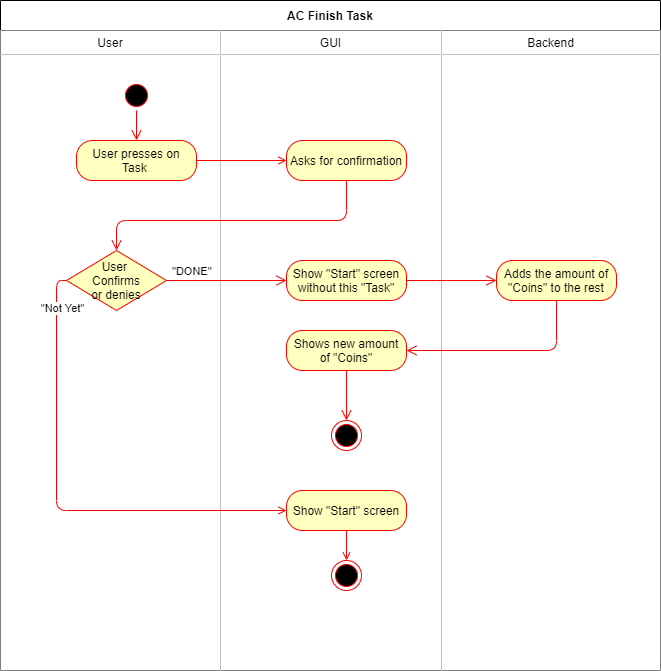
The draw.io diagram UseCases/PNGs/AC_Finish_Task.png in david2628/Work2Play, before a commit. Source tidied: cells renumbered, new cells last; positions are measured from the earlier drawing's top-left corner, leaving out a move shared by most shapes.
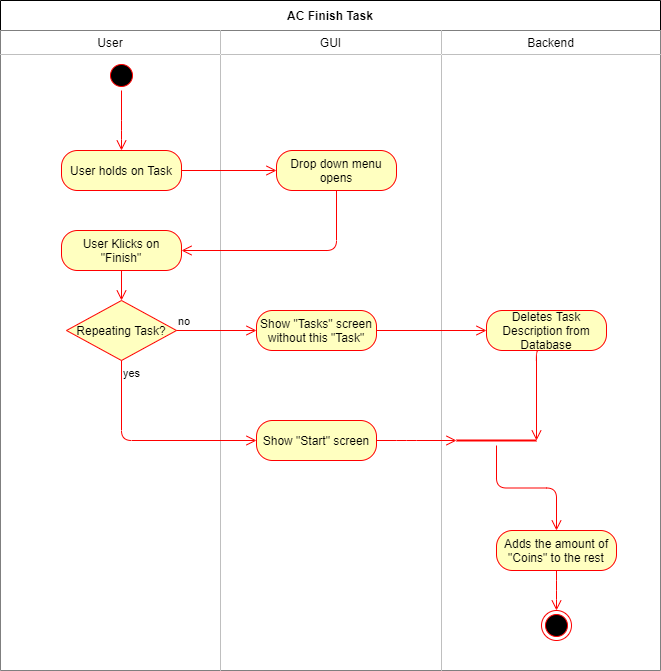
Above is the later version.

Diff of the diagram source:
```diff
@@ -30,100 +30,110 @@
       <mxGeometry x="441" width="219" height="616" as="geometry" />
     </mxCell>
     <mxCell id="11" style="ellipse;html=1;shape=startState;fillColor=#000000;strokeColor=#ff0000;" parent="1" vertex="1">
-      <mxGeometry x="121" y="80" width="30" height="30" as="geometry" />
+      <mxGeometry x="106" y="60" width="30" height="30" as="geometry" />
     </mxCell>
-    <mxCell id="12" style="edgeStyle=orthogonalEdgeStyle;html=1;verticalAlign=bottom;endArrow=open;endSize=8;strokeColor=#ff0000;" parent="1" edge="1" source="11">
-      <mxGeometry relative="1" as="geometry">
-        <mxPoint x="136" y="140" as="targetPoint" />
-      </mxGeometry>
-    </mxCell>
     <mxCell id="13" style="edgeStyle=orthogonalEdgeStyle;rounded=0;orthogonalLoop=1;jettySize=auto;html=1;exitX=0.5;exitY=1;exitDx=0;exitDy=0;" parent="1" edge="1">
       <mxGeometry relative="1" as="geometry">
         <mxPoint x="131" y="150" as="sourcePoint" />
         <mxPoint x="131" y="150" as="targetPoint" />
       </mxGeometry>
     </mxCell>
-    <mxCell id="14" style="edgeStyle=orthogonalEdgeStyle;rounded=0;jettySize=auto;html=1;fillColor=#f8cecc;endArrow=open;endFill=0;strokeColor=#FF0000;" parent="1" edge="1" source="15">
-      <mxGeometry relative="1" as="geometry">
-        <mxPoint x="286" y="160" as="targetPoint" />
-      </mxGeometry>
-    </mxCell>
-    <mxCell id="15" value="User presses on Task&amp;nbsp;" style="rounded=1;whiteSpace=wrap;html=1;arcSize=40;fontColor=#000000;fillColor=#ffffc0;strokeColor=#ff0000;" parent="1" vertex="1">
-      <mxGeometry x="76" y="140" width="120" height="40" as="geometry" />
-    </mxCell>
-    <mxCell id="16" value="Asks for confirmation" style="rounded=1;whiteSpace=wrap;html=1;arcSize=40;fontColor=#000000;fillColor=#ffffc0;strokeColor=#ff0000;" parent="1" vertex="1">
-      <mxGeometry x="286" y="140" width="120" height="40" as="geometry" />
-    </mxCell>
-    <mxCell id="17" style="edgeStyle=orthogonalEdgeStyle;html=1;verticalAlign=bottom;endArrow=open;endSize=8;strokeColor=#ff0000;exitX=0.5;exitY=1;exitDx=0;exitDy=0;" parent="1" edge="1" source="16" target="20">
-      <mxGeometry relative="1" as="geometry">
-        <Array as="points">
-          <mxPoint x="346" y="220" />
-          <mxPoint x="116" y="220" />
-        </Array>
-      </mxGeometry>
-    </mxCell>
-    <mxCell id="18" style="edgeStyle=orthogonalEdgeStyle;jettySize=auto;html=1;exitX=0;exitY=0.5;exitDx=0;exitDy=0;entryX=0;entryY=0.5;entryDx=0;entryDy=0;rounded=1;strokeColor=#FF0000;endArrow=open;endFill=0;" parent="1" edge="1" source="20" target="24">
-      <mxGeometry relative="1" as="geometry">
-        <Array as="points">
-          <mxPoint x="56" y="280" />
-          <mxPoint x="56" y="510" />
-        </Array>
-      </mxGeometry>
-    </mxCell>
-    <mxCell id="19" value="&quot;Not Yet&quot;" style="edgeLabel;html=1;align=center;verticalAlign=middle;" parent="18" vertex="1">
-      <mxGeometry x="-0.96" y="-4" relative="1" as="geometry">
-        <mxPoint x="4" y="31" as="offset" />
-      </mxGeometry>
-    </mxCell>
-    <mxCell id="20" value="User &lt;br&gt;Confirms&lt;br&gt;or denies" style="rhombus;whiteSpace=wrap;html=1;fillColor=#ffffc0;strokeColor=#ff0000;" parent="1" vertex="1">
-      <mxGeometry x="66" y="250" width="100" height="60" as="geometry" />
-    </mxCell>
-    <mxCell id="21" value="&quot;DONE&quot;" style="edgeStyle=orthogonalEdgeStyle;html=1;align=left;verticalAlign=bottom;endArrow=open;endSize=8;strokeColor=#ff0000;entryX=0;entryY=0.5;entryDx=0;entryDy=0;" parent="1" edge="1" source="20" target="22">
-      <mxGeometry x="-0.94" relative="1" as="geometry" />
-    </mxCell>
-    <mxCell id="22" value="Show &quot;Start&quot; screen without this &quot;Task&quot;" style="rounded=1;whiteSpace=wrap;html=1;arcSize=40;fontColor=#000000;fillColor=#ffffc0;strokeColor=#ff0000;" parent="1" vertex="1">
-      <mxGeometry x="286" y="260" width="120" height="40" as="geometry" />
+    <mxCell id="22" value="Show &quot;Tasks&quot; screen without this &quot;Task&quot;" style="rounded=1;whiteSpace=wrap;html=1;arcSize=40;fontColor=#000000;fillColor=#ffffc0;strokeColor=#ff0000;" parent="1" vertex="1">
+      <mxGeometry x="256" y="310" width="120" height="40" as="geometry" />
     </mxCell>
-    <mxCell id="23" style="edgeStyle=orthogonalEdgeStyle;rounded=0;jettySize=auto;html=1;exitX=0.5;exitY=1;exitDx=0;exitDy=0;entryX=0.5;entryY=0;entryDx=0;entryDy=0;strokeColor=#FF0000;endArrow=open;endFill=0;" parent="1" edge="1" source="24" target="25">
-      <mxGeometry relative="1" as="geometry" />
-    </mxCell>
     <mxCell id="24" value="Show &quot;Start&quot; screen" style="rounded=1;whiteSpace=wrap;html=1;arcSize=40;fontColor=#000000;fillColor=#ffffc0;strokeColor=#ff0000;" parent="1" vertex="1">
-      <mxGeometry x="286" y="490" width="120" height="40" as="geometry" />
+      <mxGeometry x="256" y="420" width="120" height="40" as="geometry" />
     </mxCell>
     <mxCell id="25" style="ellipse;html=1;shape=endState;fillColor=#000000;strokeColor=#ff0000;" parent="1" vertex="1">
-      <mxGeometry x="331" y="560" width="30" height="30" as="geometry" />
+      <mxGeometry x="541" y="610" width="30" height="30" as="geometry" />
     </mxCell>
     <mxCell id="26" style="edgeStyle=orthogonalEdgeStyle;rounded=0;orthogonalLoop=1;jettySize=auto;html=1;exitX=0.5;exitY=1;exitDx=0;exitDy=0;" parent="1" edge="1" source="25" target="25">
       <mxGeometry relative="1" as="geometry" />
     </mxCell>
     <mxCell id="27" value="Adds the amount of &quot;Coins&quot; to the rest" style="rounded=1;whiteSpace=wrap;html=1;arcSize=40;fontColor=#000000;fillColor=#ffffc0;strokeColor=#ff0000;" parent="1" vertex="1">
-      <mxGeometry x="496" y="260" width="120" height="40" as="geometry" />
+      <mxGeometry x="496" y="530" width="120" height="40" as="geometry" />
     </mxCell>
-    <mxCell id="28" style="edgeStyle=orthogonalEdgeStyle;html=1;verticalAlign=bottom;endArrow=open;endSize=8;strokeColor=#ff0000;entryX=1;entryY=0.5;entryDx=0;entryDy=0;" parent="1" edge="1" source="27" target="30">
+    <mxCell id="28" style="edgeStyle=orthogonalEdgeStyle;html=1;verticalAlign=bottom;endArrow=open;endSize=8;strokeColor=#ff0000;entryX=0.5;entryY=0;entryDx=0;entryDy=0;" parent="1" edge="1" source="27" target="25">
       <mxGeometry relative="1" as="geometry">
         <Array as="points">
-          <mxPoint x="556" y="350" />
+          <mxPoint x="556" y="590" />
         </Array>
       </mxGeometry>
     </mxCell>
-    <mxCell id="29" style="edgeStyle=orthogonalEdgeStyle;html=1;align=left;verticalAlign=bottom;endArrow=open;endSize=8;strokeColor=#ff0000;entryX=0;entryY=0.5;entryDx=0;entryDy=0;exitX=1;exitY=0.5;exitDx=0;exitDy=0;" parent="1" edge="1" source="22" target="27">
-      <mxGeometry x="-0.94" relative="1" as="geometry">
-        <Array as="points">
-          <mxPoint x="436" y="280" />
-          <mxPoint x="436" y="280" />
-        </Array>
-      </mxGeometry>
+    <mxCell id="29" style="edgeStyle=orthogonalEdgeStyle;html=1;align=left;verticalAlign=bottom;endArrow=open;endSize=8;strokeColor=#ff0000;exitX=1;exitY=0.5;exitDx=0;exitDy=0;" parent="1" edge="1" source="22" target="43">
+      <mxGeometry x="-0.94" relative="1" as="geometry" />
     </mxCell>
-    <mxCell id="30" value="Shows new amount of &quot;Coins&quot;" style="rounded=1;whiteSpace=wrap;html=1;arcSize=40;fontColor=#000000;fillColor=#ffffc0;strokeColor=#ff0000;" parent="1" vertex="1">
-      <mxGeometry x="286" y="330" width="120" height="40" as="geometry" />
-    </mxCell>
-    <mxCell id="31" style="edgeStyle=orthogonalEdgeStyle;html=1;verticalAlign=bottom;endArrow=open;endSize=8;strokeColor=#ff0000;" parent="1" edge="1" source="30">
-      <mxGeometry relative="1" as="geometry">
-        <mxPoint x="346" y="420" as="targetPoint" />
-      </mxGeometry>
-    </mxCell>
-    <mxCell id="32" style="ellipse;html=1;shape=endState;fillColor=#000000;strokeColor=#ff0000;" parent="1" vertex="1">
-      <mxGeometry x="331" y="420" width="30" height="30" as="geometry" />
-    </mxCell>
+    <mxCell id="33" value="User holds on Task" style="rounded=1;whiteSpace=wrap;html=1;arcSize=40;fontColor=#000000;fillColor=#ffffc0;strokeColor=#ff0000;" parent="1" vertex="1">
+      <mxGeometry x="61" y="150" width="120" height="40" as="geometry" />
+    </mxCell>
+    <mxCell id="34" style="edgeStyle=orthogonalEdgeStyle;html=1;verticalAlign=bottom;endArrow=open;endSize=8;strokeColor=#ff0000;exitX=1;exitY=0.5;exitDx=0;exitDy=0;entryX=0;entryY=0.5;entryDx=0;entryDy=0;" parent="1" edge="1" source="33" target="36">
+      <mxGeometry relative="1" as="geometry" />
+    </mxCell>
+    <mxCell id="35" style="edgeStyle=orthogonalEdgeStyle;html=1;verticalAlign=bottom;endArrow=open;endSize=8;strokeColor=#ff0000;entryX=0.5;entryY=0;entryDx=0;entryDy=0;exitX=0.5;exitY=1;exitDx=0;exitDy=0;" parent="1" edge="1" source="11" target="33">
+      <mxGeometry relative="1" as="geometry">
+        <Array as="points">
+          <mxPoint x="121" y="130" />
+          <mxPoint x="121" y="130" />
+        </Array>
+      </mxGeometry>
+    </mxCell>
+    <mxCell id="36" value="Drop down menu opens" style="rounded=1;whiteSpace=wrap;html=1;arcSize=40;fontColor=#000000;fillColor=#ffffc0;strokeColor=#ff0000;" parent="1" vertex="1">
+      <mxGeometry x="276" y="150" width="120" height="40" as="geometry" />
+    </mxCell>
+    <mxCell id="37" style="edgeStyle=orthogonalEdgeStyle;html=1;verticalAlign=bottom;endArrow=open;endSize=8;strokeColor=#ff0000;entryX=1;entryY=0.5;entryDx=0;entryDy=0;" parent="1" edge="1" source="36" target="38">
+      <mxGeometry relative="1" as="geometry">
+        <Array as="points">
+          <mxPoint x="336" y="250" />
+        </Array>
+      </mxGeometry>
+    </mxCell>
+    <mxCell id="38" value="User Klicks on &quot;Finish&quot;" style="rounded=1;whiteSpace=wrap;html=1;arcSize=40;fontColor=#000000;fillColor=#ffffc0;strokeColor=#ff0000;" parent="1" vertex="1">
+      <mxGeometry x="61" y="230" width="120" height="40" as="geometry" />
+    </mxCell>
+    <mxCell id="39" value="Repeating Task?" style="rhombus;whiteSpace=wrap;html=1;fillColor=#ffffc0;strokeColor=#ff0000;" parent="1" vertex="1">
+      <mxGeometry x="66" y="300" width="110" height="60" as="geometry" />
+    </mxCell>
+    <mxCell id="40" value="no" style="edgeStyle=orthogonalEdgeStyle;html=1;align=left;verticalAlign=bottom;endArrow=open;endSize=8;strokeColor=#ff0000;exitX=1;exitY=0.5;exitDx=0;exitDy=0;entryX=0;entryY=0.5;entryDx=0;entryDy=0;" parent="1" edge="1" source="39" target="22">
+      <mxGeometry x="-1" relative="1" as="geometry" />
+    </mxCell>
+    <mxCell id="41" value="yes" style="edgeStyle=orthogonalEdgeStyle;html=1;align=left;verticalAlign=top;endArrow=open;endSize=8;strokeColor=#ff0000;exitX=0.5;exitY=1;exitDx=0;exitDy=0;entryX=0;entryY=0.5;entryDx=0;entryDy=0;" parent="1" edge="1" source="39" target="24">
+      <mxGeometry x="-1" relative="1" as="geometry">
+        <Array as="points">
+          <mxPoint x="121" y="440" />
+        </Array>
+      </mxGeometry>
+    </mxCell>
+    <mxCell id="42" style="edgeStyle=orthogonalEdgeStyle;html=1;verticalAlign=bottom;endArrow=open;endSize=8;strokeColor=#ff0000;entryX=0.5;entryY=0;entryDx=0;entryDy=0;exitX=0.5;exitY=1;exitDx=0;exitDy=0;" parent="1" edge="1" source="38" target="39">
+      <mxGeometry relative="1" as="geometry">
+        <Array as="points">
+          <mxPoint x="121" y="300" />
+          <mxPoint x="121" y="300" />
+        </Array>
+      </mxGeometry>
+    </mxCell>
+    <mxCell id="43" value="Deletes Task Description from Database" style="rounded=1;whiteSpace=wrap;html=1;arcSize=40;fontColor=#000000;fillColor=#ffffc0;strokeColor=#ff0000;" parent="1" vertex="1">
+      <mxGeometry x="486" y="310" width="120" height="40" as="geometry" />
+    </mxCell>
+    <mxCell id="44" style="shape=line;html=1;strokeWidth=2;strokeColor=#ff0000;" parent="1" vertex="1">
+      <mxGeometry x="456" y="435" width="80" height="10" as="geometry" />
+    </mxCell>
+    <mxCell id="45" style="edgeStyle=orthogonalEdgeStyle;html=1;verticalAlign=bottom;endArrow=open;endSize=8;strokeColor=#ff0000;entryX=0.5;entryY=0;entryDx=0;entryDy=0;" parent="1" edge="1" source="44" target="27">
+      <mxGeometry relative="1" as="geometry" />
+    </mxCell>
+    <mxCell id="46" style="edgeStyle=orthogonalEdgeStyle;html=1;verticalAlign=bottom;endArrow=open;endSize=8;strokeColor=#ff0000;entryX=0;entryY=0.5;entryDx=0;entryDy=0;exitX=1;exitY=0.5;exitDx=0;exitDy=0;entryPerimeter=0;" parent="1" edge="1" source="24" target="44">
+      <mxGeometry relative="1" as="geometry">
+        <Array as="points">
+          <mxPoint x="406" y="440" />
+          <mxPoint x="406" y="440" />
+        </Array>
+      </mxGeometry>
+    </mxCell>
+    <mxCell id="47" style="edgeStyle=orthogonalEdgeStyle;html=1;verticalAlign=bottom;endArrow=open;endSize=8;strokeColor=#ff0000;entryX=1;entryY=0.5;entryDx=0;entryDy=0;exitX=0.442;exitY=1;exitDx=0;exitDy=0;exitPerimeter=0;entryPerimeter=0;" parent="1" edge="1" source="43" target="44">
+      <mxGeometry relative="1" as="geometry">
+        <Array as="points">
+          <mxPoint x="536" y="350" />
+        </Array>
+      </mxGeometry>
+    </mxCell>
   </root>
 </mxGraphModel>
```
